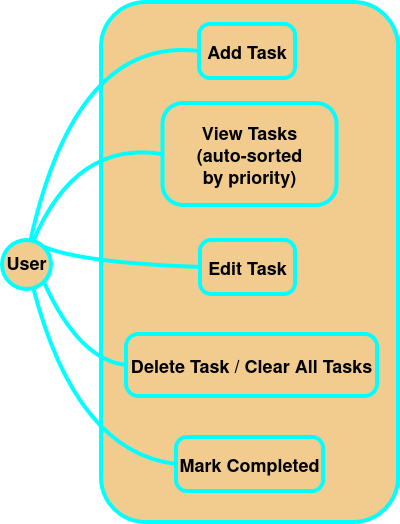
This is docs/diagrams/use-case.png from schak04/priorify, a draw.io export, as it was before one commit. Source tidied: cells renumbered, new cells last; positions are measured from the earlier drawing's top-left corner, leaving out a move shared by most shapes.
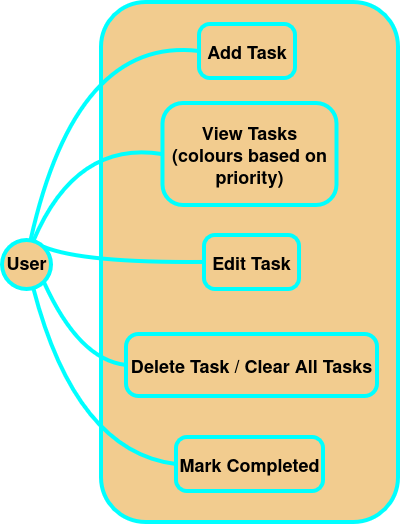
Later version of the same file.

Commit message:
docs: update use case diagram

Change to the diagram source:
```diff
@@ -11,11 +11,11 @@
     <mxCell id="4" value="Add Task" style="rounded=1;arcSize=20;strokeWidth=4;labelBackgroundColor=none;strokeColor=light-dark(#00FFFF,#00FFFF);fontSize=18;fontStyle=1;fillColor=#F2CC8F;fontColor=light-dark(#000000,#000000);" parent="1" vertex="1">
       <mxGeometry x="197" y="22" width="96" height="54" as="geometry" />
     </mxCell>
-    <mxCell id="5" value="View Tasks&#10;(auto-sorted&#10;by priority)" style="rounded=1;arcSize=20;strokeWidth=4;labelBackgroundColor=none;strokeColor=light-dark(#00FFFF,#00FFFF);fontSize=18;fontStyle=1;fillColor=#F2CC8F;fontColor=light-dark(#000000,#000000);" parent="1" vertex="1">
+    <mxCell id="5" value="View Tasks&#10;(colours based on&#10;priority)" style="rounded=1;arcSize=20;strokeWidth=4;labelBackgroundColor=none;strokeColor=light-dark(#00FFFF,#00FFFF);fontSize=18;fontStyle=1;fillColor=#F2CC8F;fontColor=light-dark(#000000,#000000);" parent="1" vertex="1">
       <mxGeometry x="160.5" y="101" width="174" height="102" as="geometry" />
     </mxCell>
     <mxCell id="6" value="Edit Task" style="rounded=1;arcSize=20;strokeWidth=4;labelBackgroundColor=none;strokeColor=light-dark(#00FFFF,#00FFFF);fontSize=18;fontStyle=1;fillColor=#F2CC8F;fontColor=light-dark(#000000,#000000);" parent="1" vertex="1">
-      <mxGeometry x="198" y="238" width="95" height="54" as="geometry" />
+      <mxGeometry x="202" y="233" width="95" height="54" as="geometry" />
     </mxCell>
     <mxCell id="7" value="Delete Task / Clear All Tasks" style="rounded=1;arcSize=20;strokeWidth=4;labelBackgroundColor=none;strokeColor=light-dark(#00FFFF,#00FFFF);fontSize=18;fontStyle=1;fillColor=#F2CC8F;fontColor=light-dark(#000000,#000000);" parent="1" vertex="1">
       <mxGeometry x="124" y="332" width="251" height="62" as="geometry" />
```
